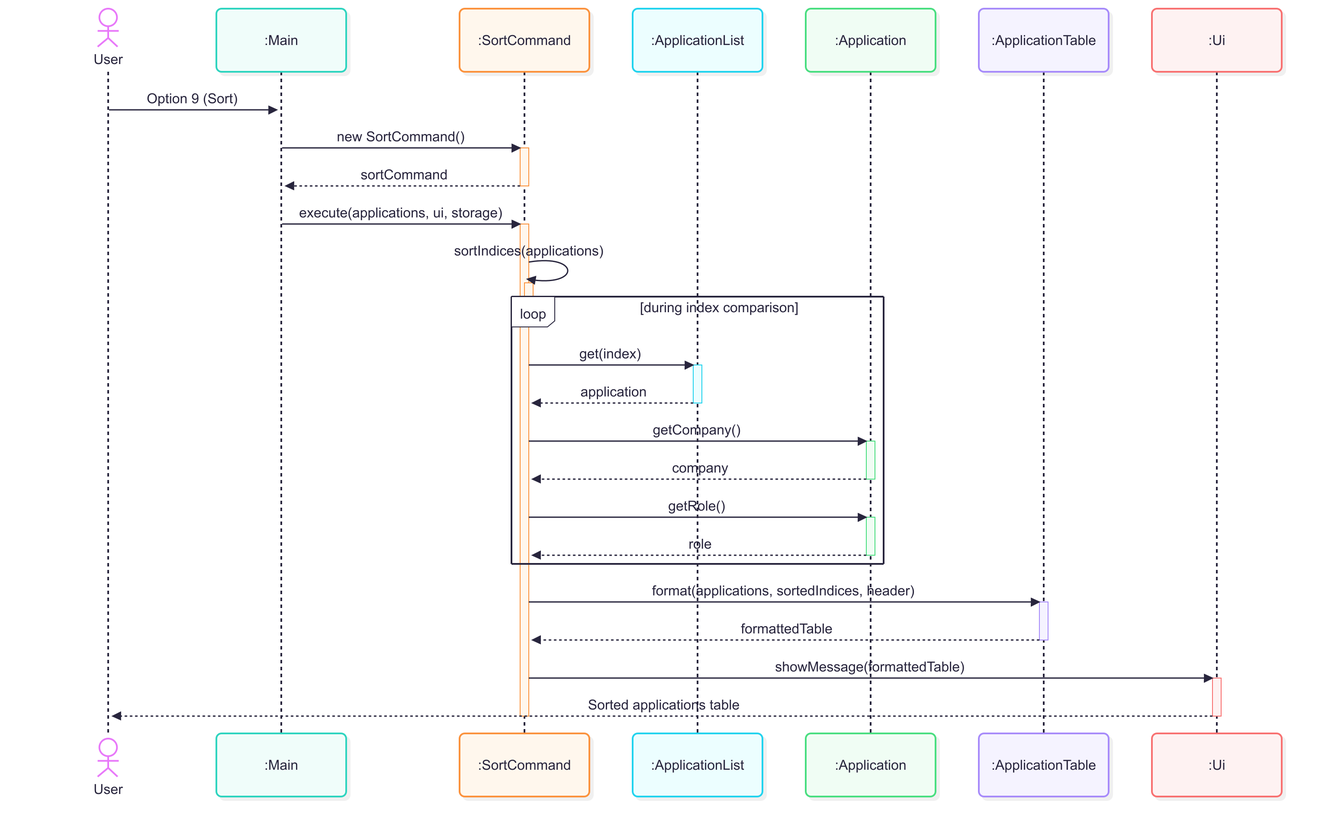
Before: docs/diagrams/sort-sequence.png, a diagram exported from Mermaid (AY2627S1-CS2113-T10-2/tp). Its source is kept beside it as docs/diagrams/sources/sort-sequence.mmd.
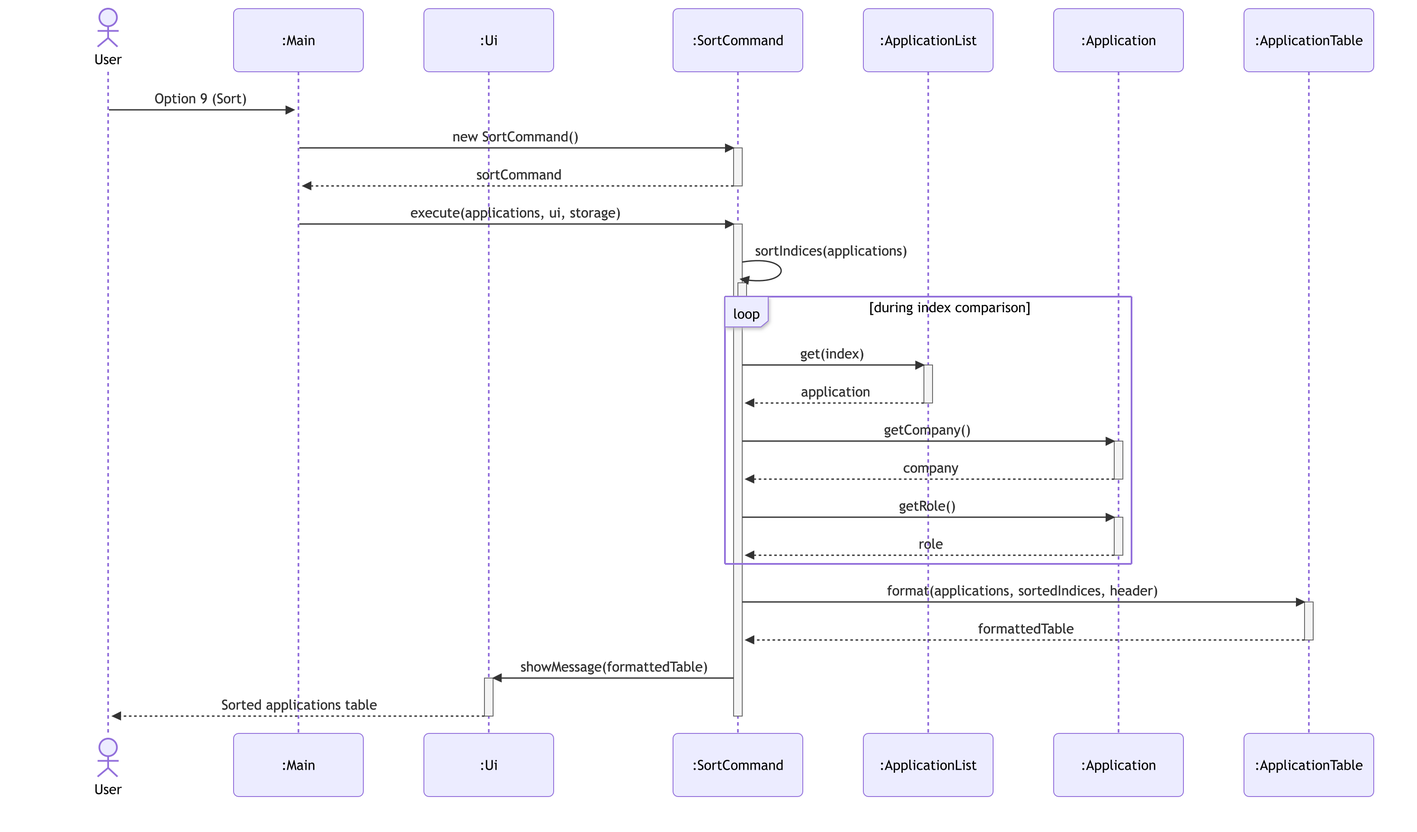
Above is the later version.

Diff of the diagram source:
```diff
@@ -1,11 +1,12 @@
+%%{init: {'theme': 'default', 'sequence': {'actorMargin': 70, 'messageMargin': 45}}}%%
 sequenceDiagram
     actor user as User
     participant main as :Main
+    participant ui as :Ui
     participant cmd as :SortCommand
     participant list as :ApplicationList
     participant app as :Application
     participant table as :ApplicationTable
-    participant ui as :Ui
 
     user->>main: Option 9 (Sort)
     main->>cmd: new SortCommand()
```
